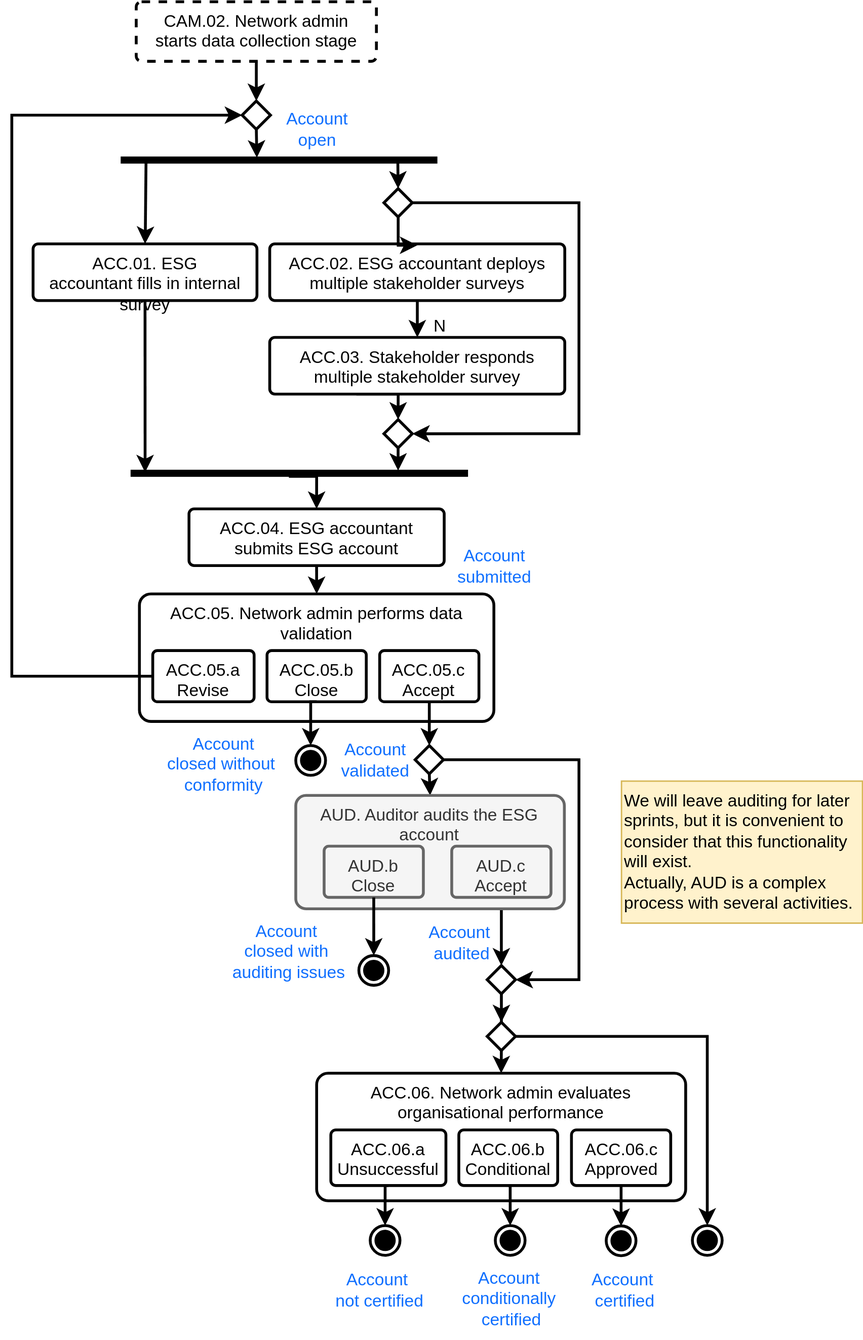
This is Process/ProcessACC.svg from Show-your-Heart/ShowYourHeart-docs, a draw.io export, as it was before one commit. Source tidied: cells renumbered, new cells last; positions are measured from the earlier drawing's top-left corner, leaving out a move shared by most shapes.
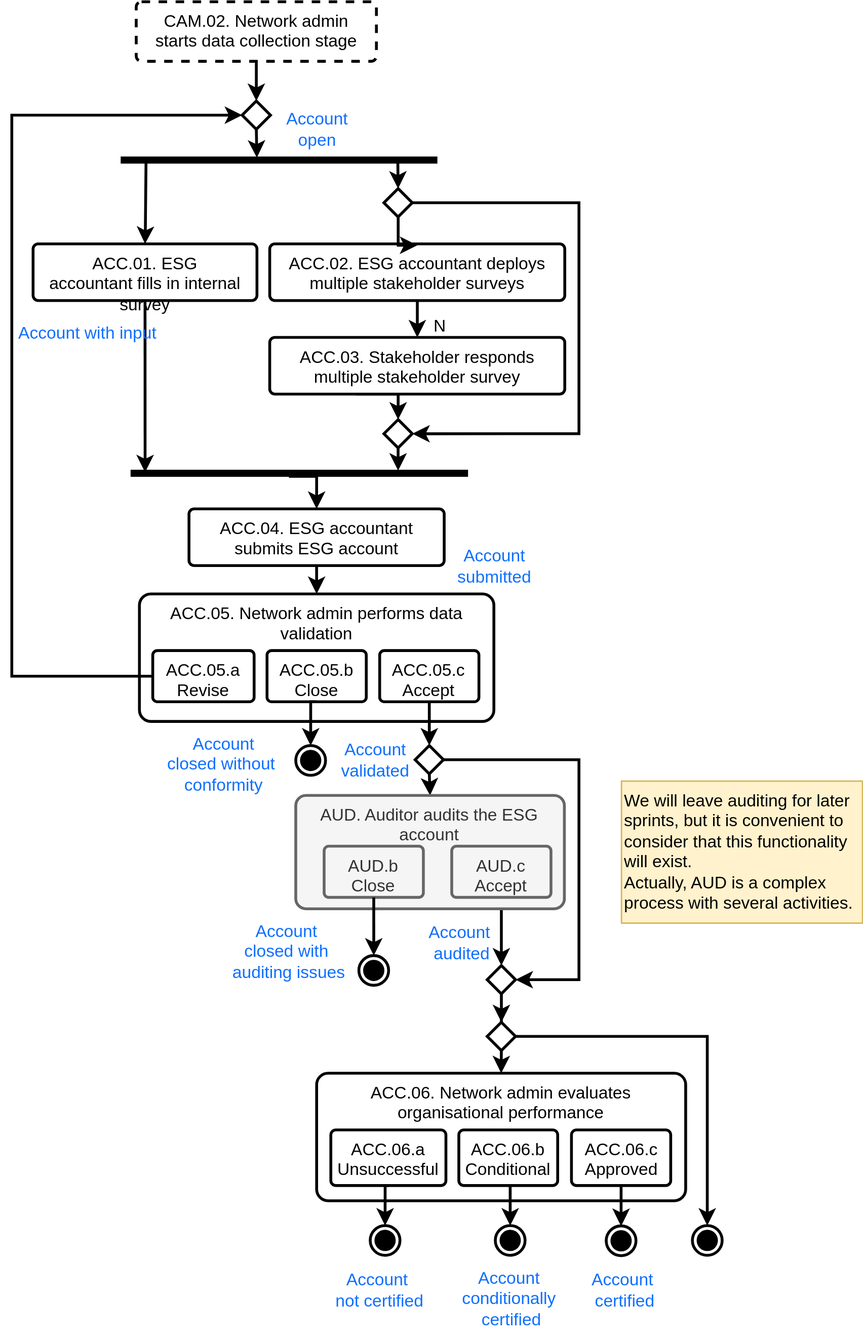
The same file after the commit.

The edit, as a diff of the source:
```diff
@@ -231,5 +231,8 @@
     <mxCell id="68" value="N" style="text;html=1;align=center;verticalAlign=middle;whiteSpace=wrap;rounded=0;" parent="1" vertex="1">
       <mxGeometry x="271.8" y="213.7" width="60" height="30" as="geometry" />
     </mxCell>
+    <mxCell id="69" value="Account with input" style="text;html=1;align=center;verticalAlign=middle;strokeColor=none;fillColor=none;fontColor=#0F6FFF;" parent="1" vertex="1">
+      <mxGeometry x="-7.2" y="218.7" width="120" height="30" as="geometry" />
+    </mxCell>
   </root>
 </mxGraphModel>
```
